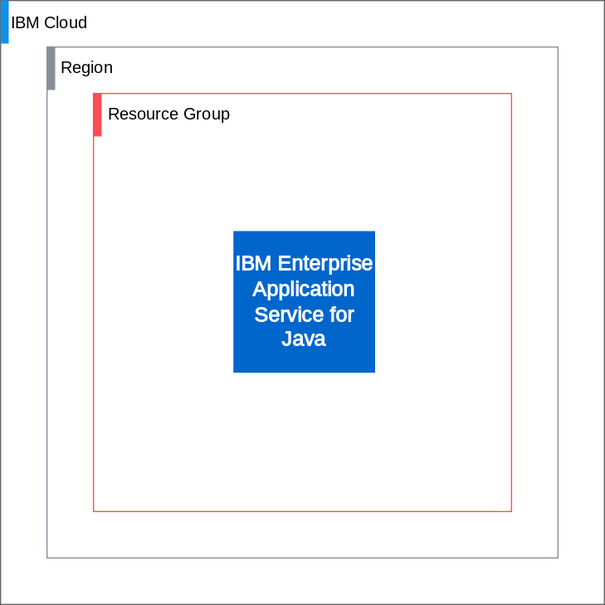
This is reference-architecture/deployable-architecture-ease.svg from terraform-ibm-modules/terraform-ibm-enterprise-app-java, a draw.io export, as it was before one commit. Source tidied: cells renumbered, new cells last; positions are measured from the earlier drawing's top-left corner, leaving out a move shared by most shapes.
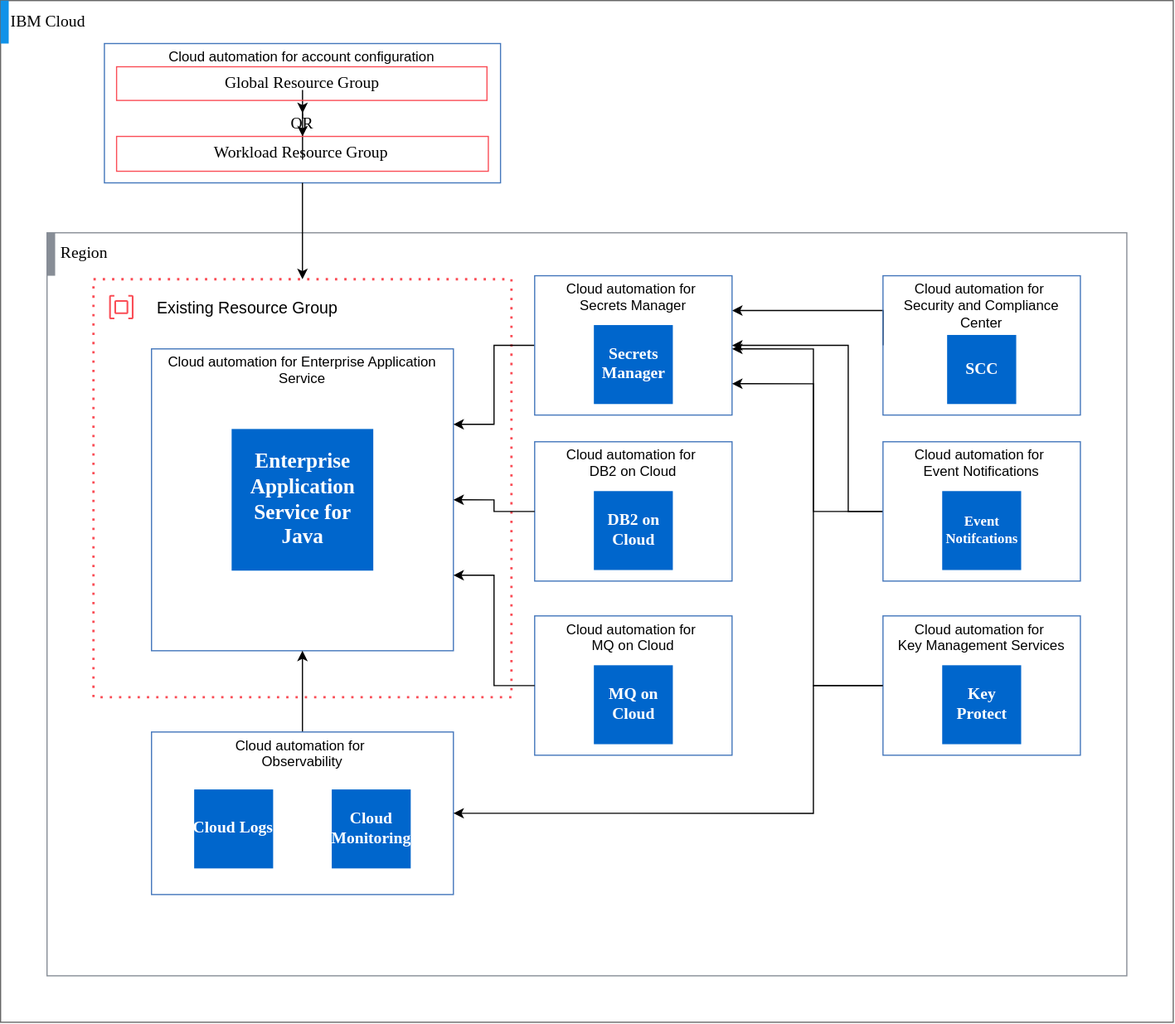
After the change.

Commit message:
docs: updated architecture diagram

Diff of the diagram source:
```diff
@@ -5,3 +5,3 @@
     <mxCell id="2" style="rounded=0;whiteSpace=wrap;html=1;fontFamily=IBM Plex Sans;fontSource=fonts%2FIBMPlexSans-Regular.woff;fontSize=14;spacingBottom=-28;spacingTop=0;labelPosition=-100;verticalLabelPosition=top;align=center;verticalAlign=bottom;spacingLeft=9;spacing=0;spacingRight=0;strokeColor=#666666;fillColor=#ffffff;fontColor=#333333;" parent="1" vertex="1">
-      <mxGeometry width="520" height="520" as="geometry" />
+      <mxGeometry y="-160" width="1010" height="880" as="geometry" />
     </mxCell>
@@ -13,5 +13,43 @@
     </mxCell>
+    <mxCell id="13" value="&lt;font style=&quot;color: rgb(0, 0, 0);&quot;&gt;Cloud automation for account configuration&lt;/font&gt;" style="fontStyle=0;verticalAlign=top;align=center;spacingTop=-2;fillColor=none;rounded=0;whiteSpace=wrap;html=1;strokeColor=#4376BB;strokeWidth=1;dashed=0;" parent="2" vertex="1">
+      <mxGeometry x="89.4" y="37" width="341.2" height="120" as="geometry" />
+    </mxCell>
+    <mxCell id="14" style="edgeStyle=orthogonalEdgeStyle;rounded=0;jettySize=auto;html=1;" parent="13" edge="1" source="18" target="21">
+      <mxGeometry relative="1" as="geometry" />
+    </mxCell>
+    <mxCell id="15" value="&lt;font color=&quot;#000000&quot;&gt;Global Resource Group&lt;/font&gt;" style="text;html=1;strokeColor=none;fillColor=none;align=center;verticalAlign=middle;whiteSpace=wrap;rounded=0;fontFamily=IBM Plex Sans;fontSource=fonts%2FIBMPlexSans-Regular.woff;fontSize=14;" parent="13" vertex="1">
+      <mxGeometry x="20.6" y="24.5" width="300" height="20" as="geometry" />
+    </mxCell>
+    <mxCell id="16" value="&lt;font color=&quot;#000000&quot;&gt;Workload Resource Group&lt;/font&gt;" style="text;html=1;strokeColor=none;fillColor=none;align=center;verticalAlign=middle;whiteSpace=wrap;rounded=0;fontFamily=IBM Plex Sans;fontSource=fonts%2FIBMPlexSans-Regular.woff;fontSize=14;" parent="13" vertex="1">
+      <mxGeometry x="20" y="85" width="300" height="20" as="geometry" />
+    </mxCell>
+    <mxCell id="17" style="edgeStyle=orthogonalEdgeStyle;rounded=0;jettySize=auto;html=1;" parent="13" edge="1" source="15" target="18">
+      <mxGeometry relative="1" as="geometry" />
+    </mxCell>
+    <mxCell id="18" value="&lt;font color=&quot;#000000&quot;&gt;OR&lt;/font&gt;" style="text;html=1;strokeColor=none;fillColor=none;align=center;verticalAlign=middle;whiteSpace=wrap;rounded=0;fontFamily=IBM Plex Sans;fontSource=fonts%2FIBMPlexSans-Regular.woff;fontSize=14;" parent="13" vertex="1">
+      <mxGeometry x="20.6" y="60" width="300" height="20" as="geometry" />
+    </mxCell>
+    <mxCell id="19" style="group;" parent="13" vertex="1">
+      <mxGeometry x="10.5" y="20" width="320.2" height="90" as="geometry" />
+    </mxCell>
+    <mxCell id="20" style="rounded=0;whiteSpace=wrap;html=1;fontFamily=IBM Plex Sans;fontSource=fonts%2FIBMPlexSans-Regular.woff;fontSize=14;fillColor=none;spacingBottom=-28;spacingTop=0;labelPosition=-100;verticalLabelPosition=top;align=center;verticalAlign=bottom;spacingLeft=9;spacing=0;spacingRight=0;strokeColor=#FA4D56;strokeWidth=1;" parent="19" vertex="1">
+      <mxGeometry width="319" height="29" as="geometry" />
+    </mxCell>
+    <mxCell id="21" style="rounded=0;whiteSpace=wrap;html=1;fontFamily=IBM Plex Sans;fontSource=fonts%2FIBMPlexSans-Regular.woff;fontSize=14;fillColor=none;spacingBottom=-28;spacingTop=0;labelPosition=-100;verticalLabelPosition=top;align=center;verticalAlign=bottom;spacingLeft=9;spacing=0;spacingRight=0;strokeColor=#FA4D56;strokeWidth=1;" parent="19" vertex="1">
+      <mxGeometry y="60" width="320.2" height="30" as="geometry" />
+    </mxCell>
     <mxCell id="5" style="rounded=0;whiteSpace=wrap;html=1;fontFamily=IBM Plex Sans;fontSource=fonts%2FIBMPlexSans-Regular.woff;fontSize=14;spacingBottom=-28;spacingTop=0;labelPosition=-100;verticalLabelPosition=top;align=center;verticalAlign=bottom;spacingLeft=9;spacing=0;spacingRight=0;strokeColor=#878d96;fillColor=none;" parent="1" vertex="1">
-      <mxGeometry x="40" y="40" width="440" height="440" as="geometry" />
+      <mxGeometry x="40" y="40" width="930" height="640" as="geometry" />
     </mxCell>
+    <mxCell id="22" style="html=1;whiteSpace=wrap;strokeColor=#FA4D56;fillColor=none;dashed=1;dashPattern=1 3;strokeWidth=2;" parent="5" vertex="1">
+      <mxGeometry x="40" y="40" width="360" height="360" as="geometry" />
+    </mxCell>
+    <mxCell id="23" value="Existing Resource Group" style="shape=rect;fillColor=none;labelPosition=right;verticalLabelPosition=middle;align=left;verticalAlign=middle;strokeColor=none;spacingLeft=5;fontSize=14;fontColor=#000000;" parent="22" vertex="1">
+      <mxGeometry width="48" height="48" relative="1" as="geometry" />
+    </mxCell>
+    <mxCell id="24" style="fillColor=#FA4D56;shape=mxgraph.ibm_cloud.group--resource;strokeColor=none;dashed=0;html=1;labelPosition=center;verticalLabelPosition=bottom;verticalAlign=top;" parent="23" vertex="1">
+      <mxGeometry width="24" height="24" relative="1" as="geometry">
+        <mxPoint x="12" y="12" as="offset" />
+      </mxGeometry>
+    </mxCell>
     <mxCell id="6" style="rounded=0;whiteSpace=wrap;html=1;strokeColor=none;fillColor=#878d96;" parent="5" vertex="1">
@@ -25,14 +63,151 @@
     </mxCell>
-    <mxCell id="9" style="rounded=0;whiteSpace=wrap;html=1;fontFamily=IBM Plex Sans;fontSource=fonts%2FIBMPlexSans-Regular.woff;fontSize=14;fillColor=none;spacingBottom=-28;spacingTop=0;labelPosition=-100;verticalLabelPosition=top;align=center;verticalAlign=bottom;spacingLeft=9;spacing=0;spacingRight=0;strokeColor=#FA4D56;strokeWidth=1;" parent="5" vertex="1">
-      <mxGeometry x="40" y="40" width="360" height="360" as="geometry" />
-    </mxCell>
-    <mxCell id="10" style="rounded=0;whiteSpace=wrap;html=1;strokeColor=none;fillColor=#FA4D56;" parent="9" vertex="1">
-      <mxGeometry width="7" height="37" as="geometry" />
-    </mxCell>
-    <mxCell id="11" value="Resource Group" style="text;html=1;strokeColor=none;fillColor=none;align=left;verticalAlign=middle;whiteSpace=wrap;rounded=0;fontFamily=IBM Plex Sans;fontSource=fonts%2FIBMPlexSans-Regular.woff;fontSize=14;fontColor=#000000;" parent="9" vertex="1">
-      <mxGeometry x="11.3" y="8" width="109.7" height="20" as="geometry" />
-    </mxCell>
+    <mxCell id="25" value="&lt;font style=&quot;color: rgb(0, 0, 0);&quot;&gt;Cloud automation for Enterprise Application Service&lt;/font&gt;" style="fontStyle=0;verticalAlign=top;align=center;spacingTop=-2;fillColor=none;rounded=0;whiteSpace=wrap;html=1;strokeColor=#4376BB;strokeWidth=1;dashed=0;" parent="5" vertex="1">
+      <mxGeometry x="90" y="100" width="260" height="260" as="geometry" />
+    </mxCell>
-    <mxCell id="12" value="&lt;span style=&quot;caret-color: rgba(255, 255, 255, 0.847); text-align: start;&quot;&gt;&lt;font size=&quot;1&quot;&gt;&lt;b style=&quot;font-size: 18px;&quot;&gt;IBM Enterprise Application Service for Java&lt;/b&gt;&lt;/font&gt;&lt;/span&gt;" style="whiteSpace=wrap;html=1;fontFamily=IBM Plex Sans;fontSource=fonts%2FIBMPlexSans-Regular.woff;fontColor=#FFFFFF;labelBackgroundColor=none;spacing=0;fillColor=#0066CC;strokeColor=#0066CC;" parent="9" vertex="1">
-      <mxGeometry x="121" y="119" width="121" height="121" as="geometry" />
+    <mxCell id="12" value="&lt;span style=&quot;caret-color: rgba(255, 255, 255, 0.847); text-align: start;&quot;&gt;&lt;font size=&quot;1&quot;&gt;&lt;b style=&quot;font-size: 18px;&quot;&gt;Enterprise Application Service for Java&lt;/b&gt;&lt;/font&gt;&lt;/span&gt;" style="whiteSpace=wrap;html=1;fontFamily=IBM Plex Sans;fontSource=fonts%2FIBMPlexSans-Regular.woff;fontColor=#FFFFFF;labelBackgroundColor=none;spacing=0;fillColor=#0066CC;strokeColor=#0066CC;" parent="25" vertex="1">
+      <mxGeometry x="69.5" y="69.5" width="121" height="121" as="geometry" />
     </mxCell>
+    <mxCell id="26" style="edgeStyle=orthogonalEdgeStyle;rounded=0;jettySize=auto;html=1;exitX=0;exitY=0.5;exitDx=0;exitDy=0;entryX=1;entryY=0.25;entryDx=0;entryDy=0;strokeColor=#000000;startArrow=none;startFill=0;endArrow=classic;endFill=1;" parent="5" edge="1" source="28" target="25">
+      <mxGeometry relative="1" as="geometry" />
+    </mxCell>
+    <mxCell id="27" style="edgeStyle=orthogonalEdgeStyle;rounded=0;jettySize=auto;html=1;exitX=1;exitY=0.25;exitDx=0;exitDy=0;entryX=0;entryY=0.5;entryDx=0;entryDy=0;startArrow=classic;startFill=1;strokeColor=light-dark(#000000,#000000);endArrow=none;" parent="5" edge="1" source="28" target="53">
+      <mxGeometry relative="1" as="geometry">
+        <Array as="points">
+          <mxPoint x="720" y="67" />
+        </Array>
+      </mxGeometry>
+    </mxCell>
+    <mxCell id="28" value="&lt;font style=&quot;color: rgb(0, 0, 0);&quot;&gt;Cloud automation for&amp;nbsp;&lt;/font&gt;&lt;div&gt;&lt;font style=&quot;color: rgb(0, 0, 0);&quot;&gt;Secrets Manager&lt;/font&gt;&lt;/div&gt;" style="fontStyle=0;verticalAlign=top;align=center;spacingTop=-2;fillColor=none;rounded=0;whiteSpace=wrap;html=1;strokeColor=#4376BB;strokeWidth=1;dashed=0;" parent="5" vertex="1">
+      <mxGeometry x="420" y="37" width="170" height="120" as="geometry" />
+    </mxCell>
+    <mxCell id="29" style="edgeStyle=orthogonalEdgeStyle;rounded=0;orthogonalLoop=1;jettySize=auto;html=1;" parent="28" edge="1">
+      <mxGeometry relative="1" as="geometry">
+        <mxPoint x="170.6" y="80" as="sourcePoint" />
+        <mxPoint x="170.6" y="80" as="targetPoint" />
+      </mxGeometry>
+    </mxCell>
+    <mxCell id="30" value="&lt;span style=&quot;caret-color: rgba(255, 255, 255, 0.847); text-align: start;&quot;&gt;&lt;font style=&quot;font-size: 14px;&quot;&gt;&lt;b style=&quot;&quot;&gt;Secrets Manager&lt;/b&gt;&lt;/font&gt;&lt;/span&gt;" style="whiteSpace=wrap;html=1;fontFamily=IBM Plex Sans;fontSource=fonts%2FIBMPlexSans-Regular.woff;fontColor=#FFFFFF;labelBackgroundColor=none;spacing=0;fillColor=#0066CC;strokeColor=#0066CC;" parent="28" vertex="1">
+      <mxGeometry x="51.5" y="43" width="67" height="67" as="geometry" />
+    </mxCell>
+    <mxCell id="31" value="&lt;font style=&quot;color: rgb(0, 0, 0);&quot;&gt;Cloud automation for&amp;nbsp;&lt;/font&gt;&lt;div&gt;&lt;font style=&quot;color: rgb(0, 0, 0);&quot;&gt;DB2 on Cloud&lt;/font&gt;&lt;/div&gt;" style="fontStyle=0;verticalAlign=top;align=center;spacingTop=-2;fillColor=none;rounded=0;whiteSpace=wrap;html=1;strokeColor=#4376BB;strokeWidth=1;dashed=0;" parent="5" vertex="1">
+      <mxGeometry x="420" y="180" width="170" height="120" as="geometry" />
+    </mxCell>
+    <mxCell id="32" style="edgeStyle=orthogonalEdgeStyle;rounded=0;orthogonalLoop=1;jettySize=auto;html=1;" parent="31" edge="1">
+      <mxGeometry relative="1" as="geometry">
+        <mxPoint x="170.6" y="80" as="sourcePoint" />
+        <mxPoint x="170.6" y="80" as="targetPoint" />
+      </mxGeometry>
+    </mxCell>
+    <mxCell id="33" value="&lt;span style=&quot;caret-color: rgba(255, 255, 255, 0.847); text-align: start;&quot;&gt;&lt;font style=&quot;font-size: 14px; color: rgb(255, 255, 255);&quot;&gt;&lt;b style=&quot;&quot;&gt;DB2 on Cloud&lt;/b&gt;&lt;/font&gt;&lt;/span&gt;" style="whiteSpace=wrap;html=1;fontFamily=IBM Plex Sans;fontSource=fonts%2FIBMPlexSans-Regular.woff;fontColor=#FFFFFF;labelBackgroundColor=none;spacing=0;fillColor=#0066CC;strokeColor=#0066CC;" parent="31" vertex="1">
+      <mxGeometry x="51.5" y="43" width="67" height="67" as="geometry" />
+    </mxCell>
+    <mxCell id="34" style="edgeStyle=orthogonalEdgeStyle;rounded=0;jettySize=auto;html=1;exitX=0;exitY=0.5;exitDx=0;exitDy=0;" parent="5" edge="1" source="36">
+      <mxGeometry relative="1" as="geometry">
+        <mxPoint x="590" y="100" as="targetPoint" />
+        <Array as="points">
+          <mxPoint x="660" y="240" />
+          <mxPoint x="660" y="100" />
+        </Array>
+      </mxGeometry>
+    </mxCell>
+    <mxCell id="35" style="edgeStyle=orthogonalEdgeStyle;rounded=0;jettySize=auto;html=1;exitX=0;exitY=0.5;exitDx=0;exitDy=0;entryX=1;entryY=0.5;entryDx=0;entryDy=0;strokeColor=light-dark(#000000,#000000);" parent="5" edge="1" source="36" target="28">
+      <mxGeometry relative="1" as="geometry">
+        <Array as="points">
+          <mxPoint x="690" y="240" />
+          <mxPoint x="690" y="97" />
+        </Array>
+      </mxGeometry>
+    </mxCell>
+    <mxCell id="36" value="&lt;font style=&quot;color: rgb(0, 0, 0);&quot;&gt;Cloud automation for&amp;nbsp;&lt;/font&gt;&lt;div&gt;&lt;font style=&quot;color: rgb(0, 0, 0);&quot;&gt;Event Notifications&lt;/font&gt;&lt;/div&gt;" style="fontStyle=0;verticalAlign=top;align=center;spacingTop=-2;fillColor=none;rounded=0;whiteSpace=wrap;html=1;strokeColor=#4376BB;strokeWidth=1;dashed=0;" parent="5" vertex="1">
+      <mxGeometry x="720" y="180" width="170" height="120" as="geometry" />
+    </mxCell>
+    <mxCell id="37" style="edgeStyle=orthogonalEdgeStyle;rounded=0;orthogonalLoop=1;jettySize=auto;html=1;" parent="36" edge="1">
+      <mxGeometry relative="1" as="geometry">
+        <mxPoint x="170.6" y="80" as="sourcePoint" />
+        <mxPoint x="170.6" y="80" as="targetPoint" />
+      </mxGeometry>
+    </mxCell>
+    <mxCell id="38" value="&lt;span style=&quot;caret-color: rgba(255, 255, 255, 0.847); text-align: start;&quot;&gt;&lt;font&gt;&lt;b style=&quot;&quot;&gt;Event Notifcations&lt;/b&gt;&lt;/font&gt;&lt;/span&gt;" style="whiteSpace=wrap;html=1;fontFamily=IBM Plex Sans;fontSource=fonts%2FIBMPlexSans-Regular.woff;fontColor=#FFFFFF;labelBackgroundColor=none;spacing=0;fillColor=#0066CC;strokeColor=#0066CC;" parent="36" vertex="1">
+      <mxGeometry x="51.5" y="43" width="67" height="67" as="geometry" />
+    </mxCell>
+    <mxCell id="39" value="&lt;font style=&quot;color: rgb(0, 0, 0);&quot;&gt;Cloud automation for&amp;nbsp;&lt;/font&gt;&lt;div&gt;&lt;font style=&quot;color: rgb(0, 0, 0);&quot;&gt;MQ on Cloud&lt;/font&gt;&lt;/div&gt;" style="fontStyle=0;verticalAlign=top;align=center;spacingTop=-2;fillColor=none;rounded=0;whiteSpace=wrap;html=1;strokeColor=#4376BB;strokeWidth=1;dashed=0;" parent="5" vertex="1">
+      <mxGeometry x="420" y="330" width="170" height="120" as="geometry" />
+    </mxCell>
+    <mxCell id="40" style="edgeStyle=orthogonalEdgeStyle;rounded=0;orthogonalLoop=1;jettySize=auto;html=1;" parent="39" edge="1">
+      <mxGeometry relative="1" as="geometry">
+        <mxPoint x="170.6" y="80" as="sourcePoint" />
+        <mxPoint x="170.6" y="80" as="targetPoint" />
+      </mxGeometry>
+    </mxCell>
+    <mxCell id="41" value="&lt;span style=&quot;caret-color: rgba(255, 255, 255, 0.847); text-align: start;&quot;&gt;&lt;font style=&quot;font-size: 14px;&quot;&gt;&lt;b style=&quot;&quot;&gt;MQ on Cloud&lt;/b&gt;&lt;/font&gt;&lt;/span&gt;" style="whiteSpace=wrap;html=1;fontFamily=IBM Plex Sans;fontSource=fonts%2FIBMPlexSans-Regular.woff;fontColor=#FFFFFF;labelBackgroundColor=none;spacing=0;fillColor=#0066CC;strokeColor=#0066CC;" parent="39" vertex="1">
+      <mxGeometry x="51.5" y="43" width="67" height="67" as="geometry" />
+    </mxCell>
+    <mxCell id="42" style="edgeStyle=orthogonalEdgeStyle;rounded=0;jettySize=auto;html=1;entryX=0.5;entryY=1;entryDx=0;entryDy=0;strokeColor=light-dark(#000000,#000000);startArrow=none;startFill=0;" parent="5" edge="1" source="43" target="25">
+      <mxGeometry relative="1" as="geometry" />
+    </mxCell>
+    <mxCell id="43" value="&lt;font style=&quot;color: rgb(0, 0, 0);&quot;&gt;Cloud automation for&amp;nbsp;&lt;/font&gt;&lt;div&gt;&lt;font color=&quot;#000000&quot;&gt;Observability&lt;/font&gt;&lt;/div&gt;" style="fontStyle=0;verticalAlign=top;align=center;spacingTop=-2;fillColor=none;rounded=0;whiteSpace=wrap;html=1;strokeColor=#4376BB;strokeWidth=1;dashed=0;" parent="5" vertex="1">
+      <mxGeometry x="90" y="430" width="260" height="140" as="geometry" />
+    </mxCell>
+    <mxCell id="44" style="edgeStyle=orthogonalEdgeStyle;rounded=0;orthogonalLoop=1;jettySize=auto;html=1;" parent="43" edge="1">
+      <mxGeometry relative="1" as="geometry">
+        <mxPoint x="170.6" y="80" as="sourcePoint" />
+        <mxPoint x="170.6" y="80" as="targetPoint" />
+      </mxGeometry>
+    </mxCell>
+    <mxCell id="45" value="&lt;span style=&quot;caret-color: rgba(255, 255, 255, 0.847); text-align: start;&quot;&gt;&lt;font style=&quot;font-size: 14px;&quot;&gt;&lt;b style=&quot;&quot;&gt;Cloud Logs&lt;/b&gt;&lt;/font&gt;&lt;/span&gt;" style="whiteSpace=wrap;html=1;fontFamily=IBM Plex Sans;fontSource=fonts%2FIBMPlexSans-Regular.woff;fontColor=#FFFFFF;labelBackgroundColor=none;spacing=0;fillColor=#0066CC;strokeColor=#0066CC;" parent="43" vertex="1">
+      <mxGeometry x="37.2" y="50" width="67" height="67" as="geometry" />
+    </mxCell>
+    <mxCell id="46" value="&lt;span style=&quot;caret-color: rgba(255, 255, 255, 0.847); text-align: start;&quot;&gt;&lt;font style=&quot;font-size: 14px;&quot;&gt;&lt;b style=&quot;&quot;&gt;Cloud Monitoring&lt;/b&gt;&lt;/font&gt;&lt;/span&gt;" style="whiteSpace=wrap;html=1;fontFamily=IBM Plex Sans;fontSource=fonts%2FIBMPlexSans-Regular.woff;fontColor=#FFFFFF;labelBackgroundColor=none;spacing=0;fillColor=#0066CC;strokeColor=#0066CC;" parent="43" vertex="1">
+      <mxGeometry x="155.8" y="50" width="67" height="67" as="geometry" />
+    </mxCell>
+    <mxCell id="47" style="edgeStyle=orthogonalEdgeStyle;rounded=0;jettySize=auto;html=1;exitX=0;exitY=0.5;exitDx=0;exitDy=0;strokeColor=light-dark(#000000,#000000);entryX=1;entryY=0.5;entryDx=0;entryDy=0;" parent="5" edge="1" source="48" target="43">
+      <mxGeometry relative="1" as="geometry">
+        <Array as="points">
+          <mxPoint x="660" y="390" />
+          <mxPoint x="660" y="500" />
+        </Array>
+      </mxGeometry>
+    </mxCell>
+    <mxCell id="48" value="&lt;font style=&quot;color: rgb(0, 0, 0);&quot;&gt;Cloud automation for&amp;nbsp;&lt;/font&gt;&lt;div&gt;&lt;font style=&quot;color: rgb(0, 0, 0);&quot;&gt;Key Management Services&lt;/font&gt;&lt;/div&gt;" style="fontStyle=0;verticalAlign=top;align=center;spacingTop=-2;fillColor=none;rounded=0;whiteSpace=wrap;html=1;strokeColor=#4376BB;strokeWidth=1;dashed=0;" parent="5" vertex="1">
+      <mxGeometry x="720" y="330" width="170" height="120" as="geometry" />
+    </mxCell>
+    <mxCell id="49" style="edgeStyle=orthogonalEdgeStyle;rounded=0;orthogonalLoop=1;jettySize=auto;html=1;" parent="48" edge="1">
+      <mxGeometry relative="1" as="geometry">
+        <mxPoint x="170.6" y="80" as="sourcePoint" />
+        <mxPoint x="170.6" y="80" as="targetPoint" />
+      </mxGeometry>
+    </mxCell>
+    <mxCell id="50" value="&lt;span style=&quot;caret-color: rgba(255, 255, 255, 0.847); text-align: start;&quot;&gt;&lt;font style=&quot;font-size: 14px;&quot;&gt;&lt;b style=&quot;&quot;&gt;Key Protect&lt;/b&gt;&lt;/font&gt;&lt;/span&gt;" style="whiteSpace=wrap;html=1;fontFamily=IBM Plex Sans;fontSource=fonts%2FIBMPlexSans-Regular.woff;fontColor=#FFFFFF;labelBackgroundColor=none;spacing=0;fillColor=#0066CC;strokeColor=#0066CC;" parent="48" vertex="1">
+      <mxGeometry x="51.5" y="43" width="67" height="67" as="geometry" />
+    </mxCell>
+    <mxCell id="51" style="edgeStyle=orthogonalEdgeStyle;rounded=0;jettySize=auto;html=1;entryX=1;entryY=0.5;entryDx=0;entryDy=0;strokeColor=#000000;startArrow=none;startFill=0;" parent="5" edge="1" source="31" target="25">
+      <mxGeometry relative="1" as="geometry" />
+    </mxCell>
+    <mxCell id="52" style="edgeStyle=orthogonalEdgeStyle;rounded=0;jettySize=auto;html=1;entryX=1;entryY=0.75;entryDx=0;entryDy=0;strokeColor=#000000;startArrow=none;startFill=0;" parent="5" edge="1" source="39" target="25">
+      <mxGeometry relative="1" as="geometry" />
+    </mxCell>
+    <mxCell id="53" value="&lt;font style=&quot;color: rgb(0, 0, 0);&quot;&gt;Cloud automation for&amp;nbsp;&lt;/font&gt;&lt;div&gt;&lt;font style=&quot;color: rgb(0, 0, 0);&quot;&gt;Security and Compliance Center&lt;/font&gt;&lt;/div&gt;" style="fontStyle=0;verticalAlign=top;align=center;spacingTop=-2;fillColor=none;rounded=0;whiteSpace=wrap;html=1;strokeColor=#4376BB;strokeWidth=1;dashed=0;" parent="5" vertex="1">
+      <mxGeometry x="720" y="37" width="170" height="120" as="geometry" />
+    </mxCell>
+    <mxCell id="54" style="edgeStyle=orthogonalEdgeStyle;rounded=0;orthogonalLoop=1;jettySize=auto;html=1;" parent="53" edge="1">
+      <mxGeometry relative="1" as="geometry">
+        <mxPoint x="170.6" y="80" as="sourcePoint" />
+        <mxPoint x="170.6" y="80" as="targetPoint" />
+      </mxGeometry>
+    </mxCell>
+    <mxCell id="55" value="&lt;span style=&quot;caret-color: rgba(255, 255, 255, 0.847); text-align: start;&quot;&gt;&lt;font style=&quot;font-size: 14px;&quot;&gt;&lt;b style=&quot;&quot;&gt;SCC&lt;/b&gt;&lt;/font&gt;&lt;/span&gt;" style="whiteSpace=wrap;html=1;fontFamily=IBM Plex Sans;fontSource=fonts%2FIBMPlexSans-Regular.woff;fontColor=#FFFFFF;labelBackgroundColor=none;spacing=0;fillColor=#0066CC;strokeColor=#0066CC;" parent="53" vertex="1">
+      <mxGeometry x="55.8" y="51.5" width="58.5" height="58.5" as="geometry" />
+    </mxCell>
+    <mxCell id="56" style="edgeStyle=orthogonalEdgeStyle;rounded=0;jettySize=auto;html=1;entryX=0;entryY=0.5;entryDx=0;entryDy=0;startArrow=classic;startFill=1;strokeColor=light-dark(#000000,#000000);endArrow=none;" parent="5" edge="1" target="48">
+      <mxGeometry relative="1" as="geometry">
+        <mxPoint x="590" y="130" as="sourcePoint" />
+        <Array as="points">
+          <mxPoint x="660" y="130" />
+          <mxPoint x="660" y="390" />
+        </Array>
+      </mxGeometry>
+    </mxCell>
+    <mxCell id="57" style="edgeStyle=orthogonalEdgeStyle;rounded=0;jettySize=auto;html=1;exitX=0.5;exitY=0;exitDx=0;exitDy=0;entryX=0.5;entryY=1;entryDx=0;entryDy=0;strokeColor=light-dark(#000000,#000000);endArrow=none;startFill=1;startArrow=classic;" parent="1" edge="1" source="22" target="13">
+      <mxGeometry relative="1" as="geometry" />
+    </mxCell>
   </root>
```
